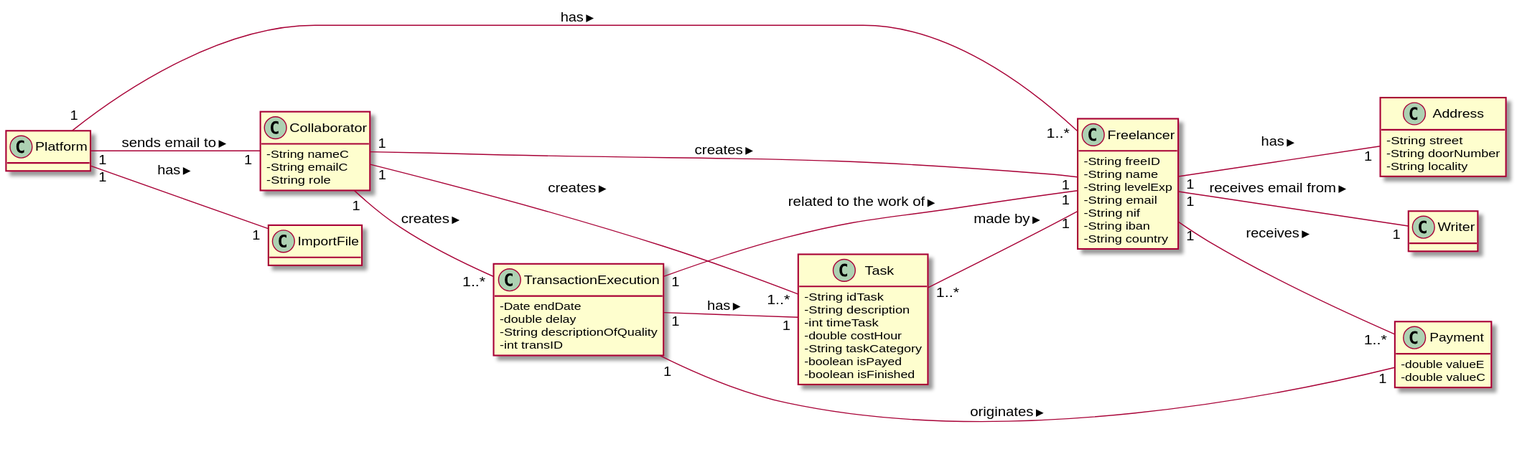
The PlantUML diagram docs/UC5 - Regist Historical Transaction/UC5_MD.svg in 1190452/LAPR2, before a commit. The source it was exported from:
```plantuml
@startuml
skinparam classAttributeIconSize 0
hide methods
left to right direction

class Platform{
}
class Freelancer {
  -String freeID
  -String name
  -String levelExp
  -String email
  -String nif
  -String iban
  -String country
}


class Collaborator{
  -String nameC
  -String emailC
  -String role
}

class Task {
  -String idTask
  -String description
  -int timeTask
  -double costHour
  -String taskCategory
  -boolean isPayed
  -boolean isFinished
}


class TransactionExecution {
  -Date endDate
  -double delay
  -String descriptionOfQuality
  -int transID
}

class Address{
  -String street
  -String doorNumber
  -String locality
}

class Payment{
  -double valueE
  -double valueC
}


class ImportFile {
}

Freelancer "1" -- "1..*" Payment: receives >
Freelancer "1" -- "1" Address: has >
Freelancer "1" -- "1" Writer: receives email from >

Task "1..*" -- "1" Freelancer: made by >

Platform "1" -- "1..*" Freelancer: has >
Platform "1" -- "1" Collaborator: sends email to >


Platform "1" -- "1" ImportFile: has >


TransactionExecution "1" -- "1" Task : has >
TransactionExecution "1" -- "1" Freelancer: related to the work of >
TransactionExecution "1" -- "1" Payment : originates >







Collaborator "1" -- "1" Freelancer: creates >
Collaborator "1" -- "1..*" Task: creates >
Collaborator "1" -- "1..*" TransactionExecution: creates >
@enduml
```
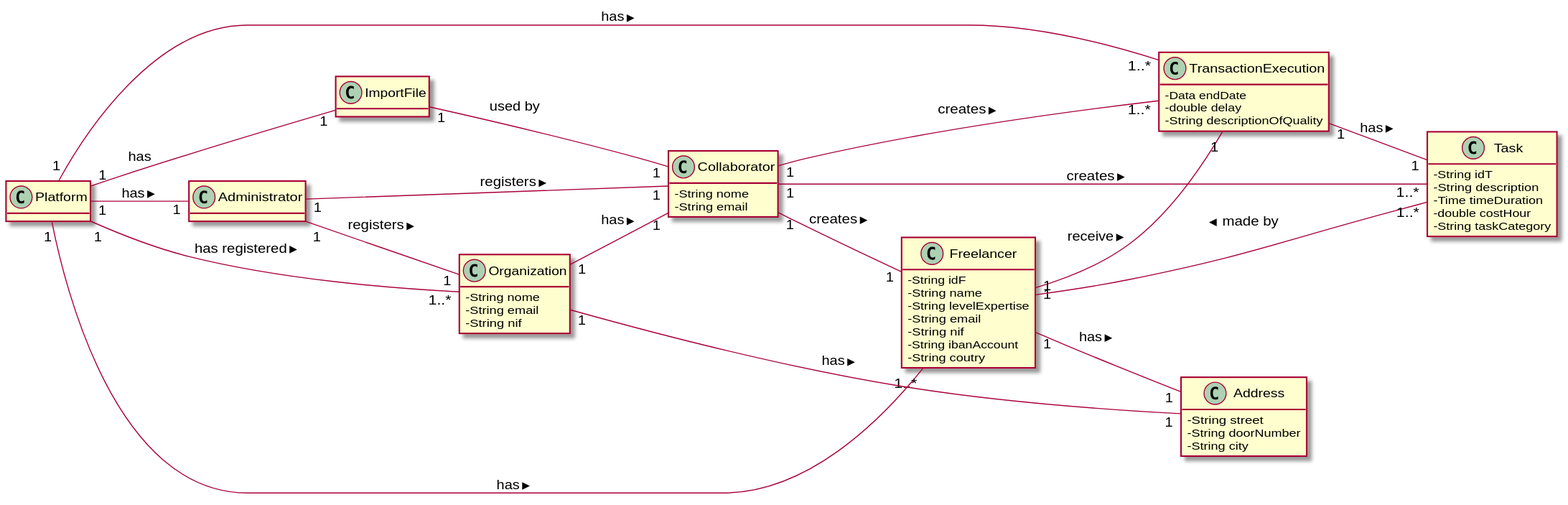
The same file after the commit.

What changed in the source:
```diff
@@ -6,79 +6,76 @@
 class Platform{
 }
 class Freelancer {
-  -String freeID
+  -String idF
   -String name
-  -String levelExp
+  -String levelExpertise
   -String email
   -String nif
-  -String iban
-  -String country
+  -String ibanAccount
+  -String coutry
 }
 
+class Organization {
+  -String nome
+  -String email
+  -String nif
+}
 
 class Collaborator{
-  -String nameC
-  -String emailC
-  -String role
+  -String nome
+  -String email
 }
 
 class Task {
-  -String idTask
+  -String idT
   -String description
-  -int timeTask
+  -Time timeDuration
   -double costHour
   -String taskCategory
-  -boolean isPayed
-  -boolean isFinished
 }
 
 
 class TransactionExecution {
-  -Date endDate
+  -Data endDate
   -double delay
   -String descriptionOfQuality
-  -int transID
 }
 
 class Address{
   -String street
   -String doorNumber
-  -String locality
+  -String city
 }
 
-class Payment{
-  -double valueE
-  -double valueC
+class Administrator {
 }
 
 
-class ImportFile {
-}
 
-Freelancer "1" -- "1..*" Payment: receives >
+Freelancer "1" -- "1" TransactionExecution: receive >
 Freelancer "1" -- "1" Address: has >
-Freelancer "1" -- "1" Writer: receives email from >
 
 Task "1..*" -- "1" Freelancer: made by >
 
+Platform "1" -- "1..*" TransactionExecution: has >
+Platform "1" -- "1" Administrator: has >
+Platform "1" -- "1..*" Organization: has registered >
 Platform "1" -- "1..*" Freelancer: has >
-Platform "1" -- "1" Collaborator: sends email to >
+Platform "1" -- "1" ImportFile : has
+
+Organization "1" -- "1" Address: has >
+Organization "1" -- "1" Collaborator: has >
 
 
-Platform "1" -- "1" ImportFile: has >
+Administrator "1" -- "1" Organization: registers >
+Administrator "1" -- "1" Collaborator: registers >
 
-
-TransactionExecution "1" -- "1" Task : has >
-TransactionExecution "1" -- "1" Freelancer: related to the work of >
-TransactionExecution "1" -- "1" Payment : originates >
-
-
-
-
-
+TransactionExecution "1" -- "1" Task: has >
 
 
 Collaborator "1" -- "1" Freelancer: creates >
 Collaborator "1" -- "1..*" Task: creates >
 Collaborator "1" -- "1..*" TransactionExecution: creates >
+
+ImportFile "1" -- "1" Collaborator: used by
 @enduml
```
